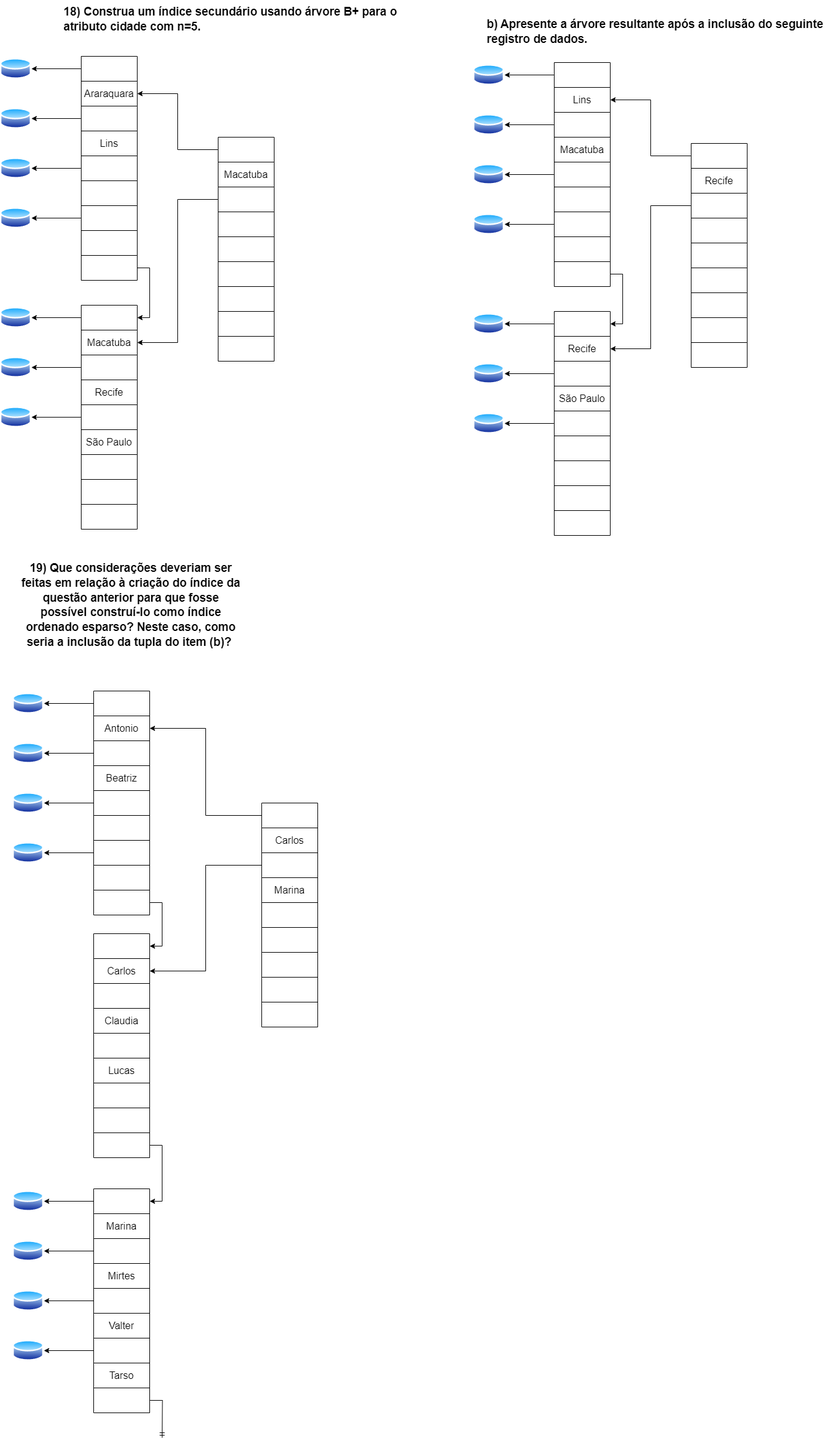
Above: arvore b cidade n=5.drawio.png in VitorFonseca123/exerc_indice_BD (draw.io), before the change. Source tidied: cells renumbered, new cells last; positions are measured from the earlier drawing's top-left corner, leaving out a move shared by most shapes.
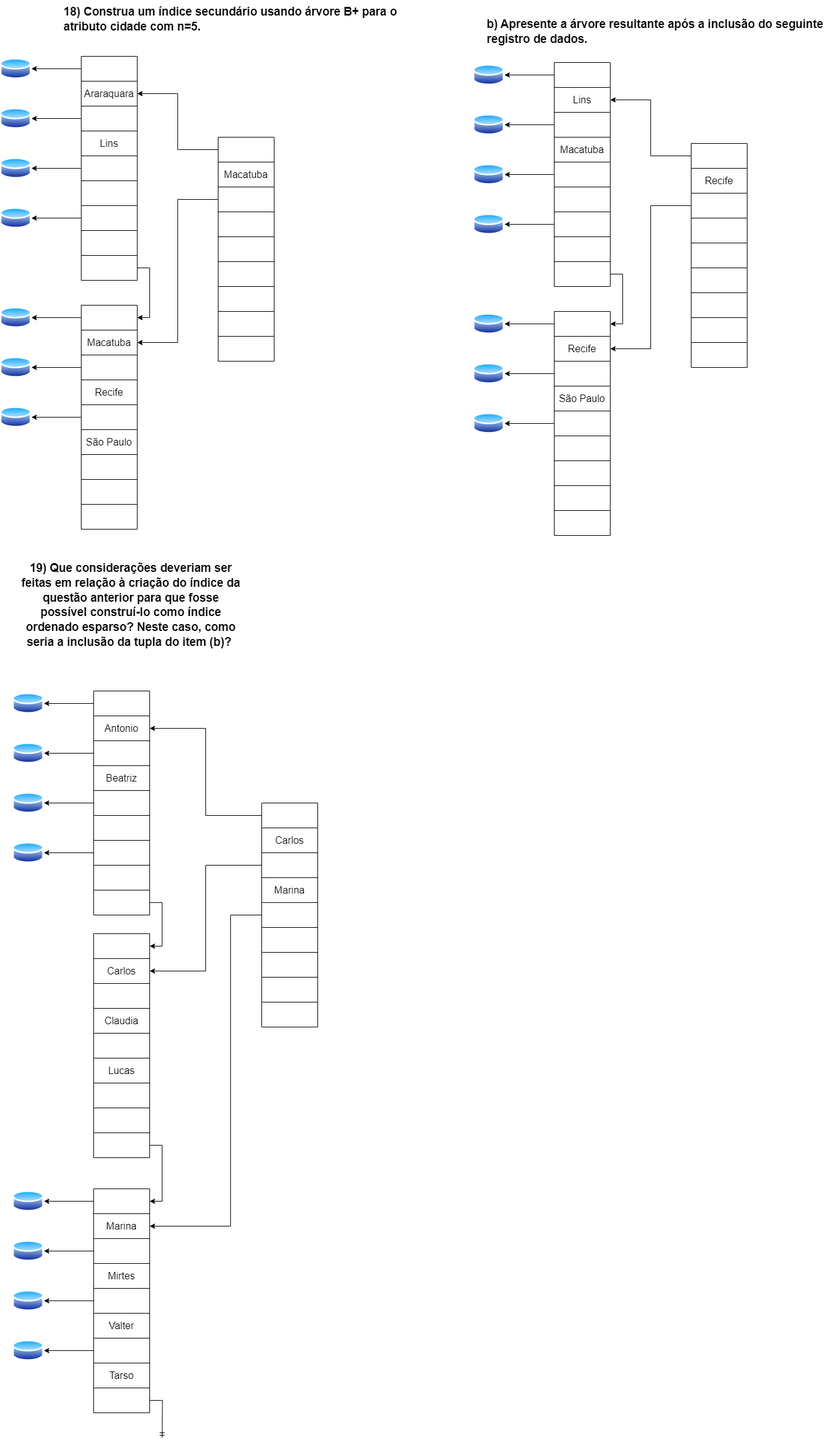
The same diagram one commit later.

Change to the diagram source:
```diff
@@ -748,5 +748,13 @@
     <mxCell id="249" style="edgeStyle=orthogonalEdgeStyle;rounded=0;jettySize=auto;html=1;exitX=0;exitY=0.5;exitDx=0;exitDy=0;entryX=1;entryY=0.5;entryDx=0;entryDy=0;" parent="1" edge="1" source="213" target="231">
       <mxGeometry relative="1" as="geometry" />
     </mxCell>
+    <mxCell id="250" style="edgeStyle=orthogonalEdgeStyle;rounded=0;jettySize=auto;html=1;exitX=0;exitY=0.5;exitDx=0;exitDy=0;entryX=1;entryY=0.5;entryDx=0;entryDy=0;" parent="1" edge="1" source="217" target="183">
+      <mxGeometry relative="1" as="geometry">
+        <Array as="points">
+          <mxPoint x="370" y="1470" />
+          <mxPoint x="370" y="1970" />
+        </Array>
+      </mxGeometry>
+    </mxCell>
   </root>
 </mxGraphModel>
```
